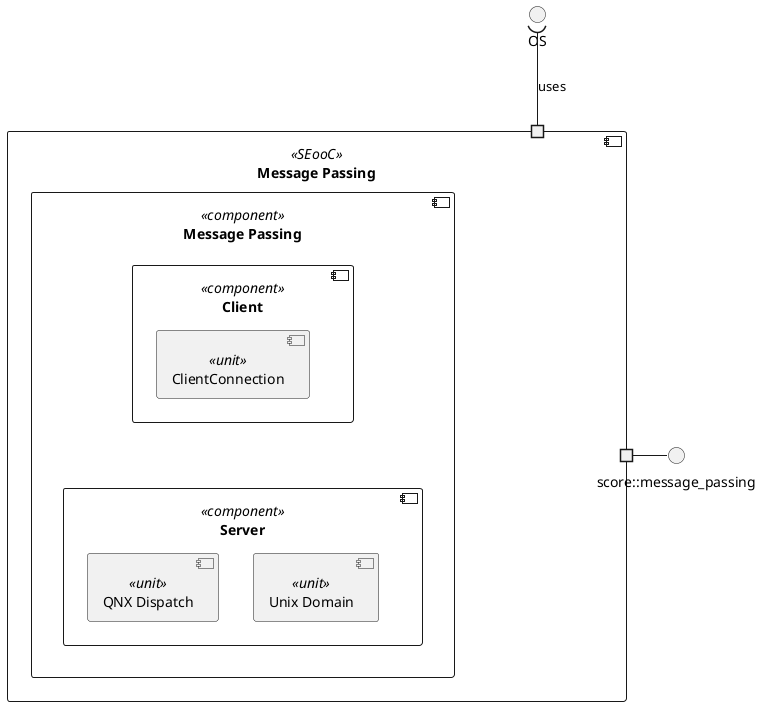
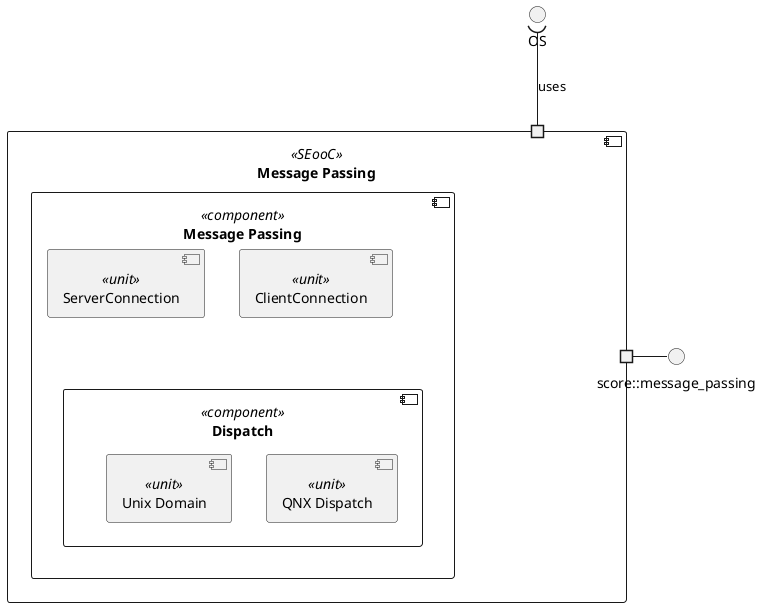
' *******************************************************************************
' Copyright (c) 2026 Contributors to the Eclipse Foundation
'
' See the NOTICE file(s) distributed with this work for additional
' information regarding copyright ownership.
'
' This program and the accompanying materials are made available under the
' terms of the Apache License Version 2.0 which is available at
' https://www.apache.org/licenses/LICENSE-2.0
'
' SPDX-License-Identifier: Apache-2.0
' *******************************************************************************

@startuml

interface "score::message_passing" as message_passing_public_api
interface "OS" as os

component "Message Passing" as dependable_element_message_passing <<SEooC>> {

    component "Message Passing" as component_message_passing <<component>> {

-         component "Client" as client <<component>> {
-             component "ClientConnection" as client_connection <<unit>> {
-             }
-         }
+         component "ClientConnection" as client_connection <<unit>>

-         component "Server" as server <<component>> {
-             component "QNX Dispatch" as qnx_dispatch <<unit>> {
-             }
-             component "Unix Domain" as unix_domain <<unit>> {
-             }
+         component "ServerConnection" as server_connection <<unit>>
+ 
+         component "Dispatch" as dispatch <<component>> {
+             component "QNX Dispatch" as qnx_dispatch <<unit>>
+             component "Unix Domain" as unix_domain <<unit>>
        }
    }
    portout " " as message_passing_public_api_port
    portin " " as port_os
+     dispatch -u[hidden]- server_connection
+     dispatch -u[hidden]- client_connection
}

- message_passing_public_api -l-() message_passing_public_api_port
+ message_passing_public_api -r-() message_passing_public_api_port
port_os -u-( os : uses

- ' ------------------------ Formatting -------------------
- 
- client -[hidden]down- server
- client_connection -[hidden]right- qnx_dispatch
- qnx_dispatch -[hidden]right- unix_domain
- 
@enduml
- 
- x
- x
